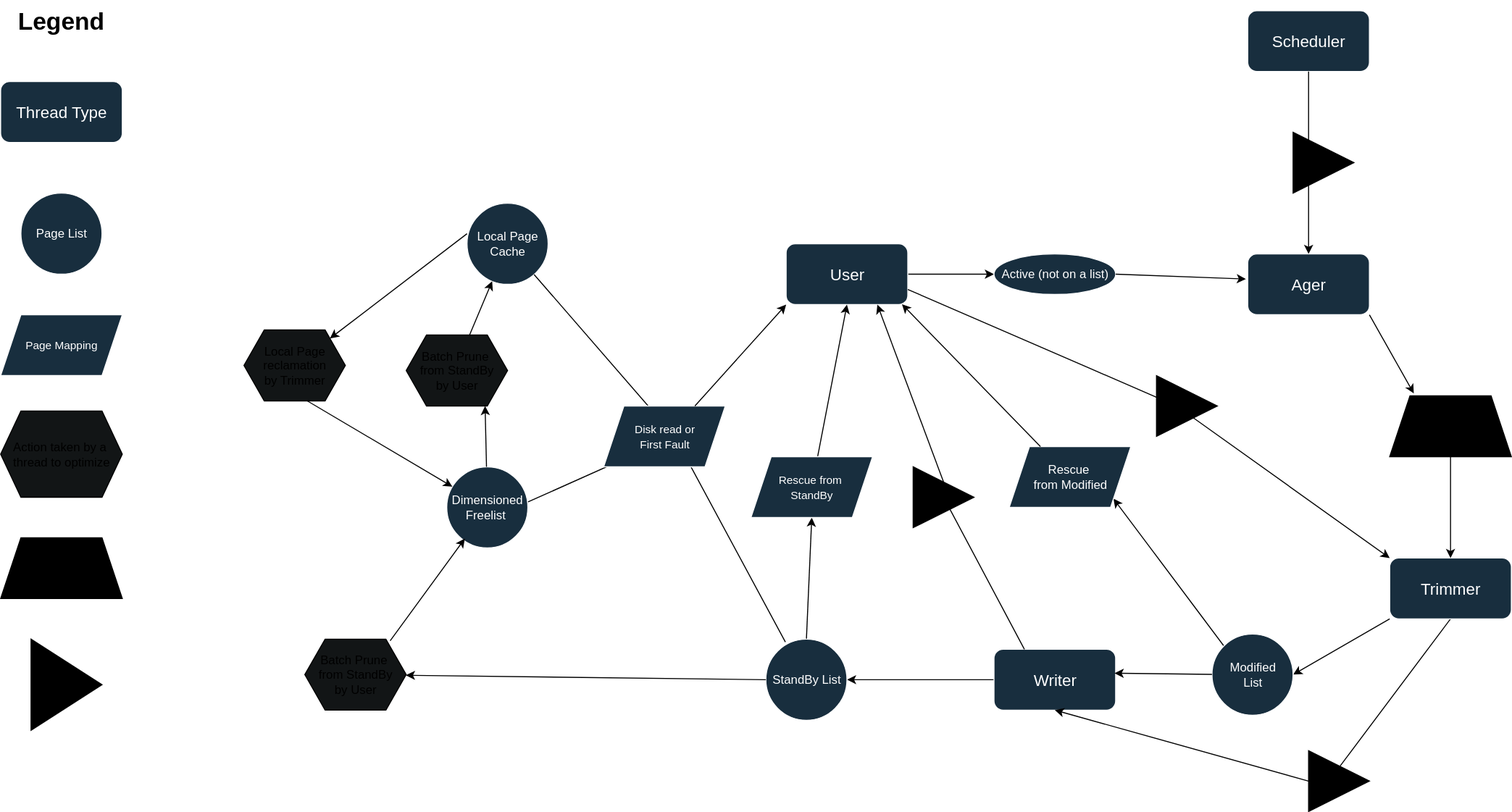
Before: images/figure2vector.svg, a diagram exported from draw.io (npersily3/vm). Source tidied: cells renumbered, new cells last; positions are measured from the earlier drawing's top-left corner, leaving out a move shared by most shapes. Its diagram source:
```xml
<mxGraphModel>
  <root>
    <mxCell id="0" />
    <mxCell id="1" parent="0" />
    <mxCell id="2" style="edgeStyle=orthogonalEdgeStyle;rounded=0;jettySize=auto;html=1;exitX=1;exitY=0.5;exitDx=0;exitDy=0;" parent="1" edge="1" source="3" target="9">
      <mxGeometry relative="1" as="geometry" />
    </mxCell>
    <mxCell id="3" value="&lt;font style=&quot;font-size: 16px;&quot;&gt;User&lt;/font&gt;" style="rounded=1;whiteSpace=wrap;html=1;labelBackgroundColor=none;fillColor=#182E3E;strokeColor=#FFFFFF;fontColor=#FFFFFF;" parent="1" vertex="1">
      <mxGeometry x="774.7" y="240" width="120" height="60" as="geometry" />
    </mxCell>
    <mxCell id="4" style="rounded=0;jettySize=auto;html=1;exitX=0;exitY=1;exitDx=0;exitDy=0;entryX=1;entryY=0.5;entryDx=0;entryDy=0;" parent="1" edge="1" source="6" target="11">
      <mxGeometry relative="1" as="geometry" />
    </mxCell>
    <mxCell id="5" style="rounded=0;jettySize=auto;html=1;exitX=0.5;exitY=1;exitDx=0;exitDy=0;" parent="1" edge="1" source="6">
      <mxGeometry relative="1" as="geometry">
        <mxPoint x="1310" y="770" as="targetPoint" />
      </mxGeometry>
    </mxCell>
    <mxCell id="6" value="&lt;font style=&quot;font-size: 16px;&quot;&gt;Trimmer&lt;/font&gt;" style="rounded=1;whiteSpace=wrap;html=1;labelBackgroundColor=none;fillColor=#182E3E;strokeColor=#FFFFFF;fontColor=#FFFFFF;" parent="1" vertex="1">
      <mxGeometry x="1370" y="550" width="120" height="60" as="geometry" />
    </mxCell>
    <mxCell id="7" style="edgeStyle=orthogonalEdgeStyle;rounded=0;jettySize=auto;html=1;exitX=0;exitY=0.5;exitDx=0;exitDy=0;entryX=1;entryY=0.5;entryDx=0;entryDy=0;" parent="1" edge="1" source="8" target="13">
      <mxGeometry relative="1" as="geometry" />
    </mxCell>
    <mxCell id="8" value="&lt;font style=&quot;font-size: 16px;&quot;&gt;Writer&lt;/font&gt;" style="rounded=1;whiteSpace=wrap;html=1;labelBackgroundColor=none;fillColor=#182E3E;strokeColor=#FFFFFF;fontColor=#FFFFFF;" parent="1" vertex="1">
      <mxGeometry x="979.7" y="640" width="120" height="60" as="geometry" />
    </mxCell>
    <mxCell id="9" value="Active (not on a list)" style="ellipse;whiteSpace=wrap;html=1;labelBackgroundColor=none;fillColor=#182E3E;strokeColor=#FFFFFF;fontColor=#FFFFFF;" parent="1" vertex="1">
      <mxGeometry x="979.7" y="250" width="120" height="40" as="geometry" />
    </mxCell>
    <mxCell id="10" style="rounded=0;jettySize=auto;html=1;exitX=0;exitY=0;exitDx=0;exitDy=0;entryX=1;entryY=1;entryDx=0;entryDy=0;" parent="1" edge="1" source="11" target="14">
      <mxGeometry relative="1" as="geometry" />
    </mxCell>
    <mxCell id="11" value="Modified&lt;div&gt;List&lt;/div&gt;" style="ellipse;whiteSpace=wrap;html=1;labelBackgroundColor=none;fillColor=#182E3E;strokeColor=#FFFFFF;fontColor=#FFFFFF;" parent="1" vertex="1">
      <mxGeometry x="1194.7" y="625" width="80" height="80" as="geometry" />
    </mxCell>
    <mxCell id="12" style="rounded=0;jettySize=auto;html=1;exitX=0.5;exitY=0;exitDx=0;exitDy=0;entryX=0.5;entryY=1;entryDx=0;entryDy=0;" parent="1" edge="1" source="13" target="17">
      <mxGeometry relative="1" as="geometry" />
    </mxCell>
    <mxCell id="13" value="StandBy List" style="ellipse;whiteSpace=wrap;html=1;labelBackgroundColor=none;fillColor=#182E3E;strokeColor=#FFFFFF;fontColor=#FFFFFF;" parent="1" vertex="1">
      <mxGeometry x="754.7" y="630" width="80" height="80" as="geometry" />
    </mxCell>
    <mxCell id="14" value="Rescue&amp;nbsp;&lt;div&gt;from Modified&lt;/div&gt;" style="shape=parallelogram;perimeter=parallelogramPerimeter;whiteSpace=wrap;html=1;fixedSize=1;strokeColor=#FFFFFF;fontColor=#FFFFFF;fillColor=#182E3E;labelBackgroundColor=none;" parent="1" vertex="1">
      <mxGeometry x="994.7" y="440" width="120" height="60" as="geometry" />
    </mxCell>
    <mxCell id="15" style="rounded=0;jettySize=auto;html=1;exitX=0;exitY=0;exitDx=0;exitDy=0;entryX=0.931;entryY=0.583;entryDx=0;entryDy=0;entryPerimeter=0;strokeColor=none;labelBackgroundColor=none;fontColor=default;" parent="1" edge="1" source="11" target="14">
      <mxGeometry relative="1" as="geometry" />
    </mxCell>
    <mxCell id="16" style="rounded=0;jettySize=auto;html=1;entryX=0.5;entryY=1;entryDx=0;entryDy=0;" parent="1" edge="1" source="17" target="3">
      <mxGeometry relative="1" as="geometry" />
    </mxCell>
    <mxCell id="17" value="&lt;span style=&quot;font-size: 11px; text-wrap-mode: nowrap;&quot;&gt;Rescue from&amp;nbsp;&lt;/span&gt;&lt;div&gt;&lt;span style=&quot;font-size: 11px; text-wrap-mode: nowrap;&quot;&gt;StandBy&lt;/span&gt;&lt;/div&gt;" style="shape=parallelogram;perimeter=parallelogramPerimeter;whiteSpace=wrap;html=1;fixedSize=1;strokeColor=#FFFFFF;fontColor=#FFFFFF;fillColor=#182E3E;labelBackgroundColor=none;" parent="1" vertex="1">
      <mxGeometry x="740" y="450" width="120" height="60" as="geometry" />
    </mxCell>
    <mxCell id="18" value="&lt;div&gt;Dimensioned&lt;/div&gt;Freelist&amp;nbsp;" style="ellipse;whiteSpace=wrap;html=1;strokeColor=#FFFFFF;fontColor=#FFFFFF;fillColor=#182E3E;labelBackgroundColor=none;" parent="1" vertex="1">
      <mxGeometry x="440" y="460" width="80" height="80" as="geometry" />
    </mxCell>
    <mxCell id="19" value="Local Page&lt;div&gt;Cache&lt;/div&gt;" style="ellipse;whiteSpace=wrap;html=1;strokeColor=#FFFFFF;fontColor=#FFFFFF;fillColor=#182E3E;labelBackgroundColor=none;" parent="1" vertex="1">
      <mxGeometry x="460" y="200" width="80" height="80" as="geometry" />
    </mxCell>
    <mxCell id="20" value="&lt;font style=&quot;font-size: 16px;&quot;&gt;Ager&lt;/font&gt;" style="rounded=1;whiteSpace=wrap;html=1;labelBackgroundColor=none;fillColor=#182E3E;strokeColor=#FFFFFF;fontColor=#FFFFFF;" parent="1" vertex="1">
      <mxGeometry x="1230" y="250" width="120" height="60" as="geometry" />
    </mxCell>
    <mxCell id="21" value="&lt;font style=&quot;font-size: 16px;&quot;&gt;Scheduler&lt;/font&gt;" style="rounded=1;whiteSpace=wrap;html=1;labelBackgroundColor=none;fillColor=#182E3E;strokeColor=#FFFFFF;fontColor=#FFFFFF;" parent="1" vertex="1">
      <mxGeometry x="1230" y="10" width="120" height="60" as="geometry" />
    </mxCell>
    <mxCell id="22" style="endArrow=classic;html=1;rounded=0;" parent="1" edge="1" source="19">
      <mxGeometry relative="1" as="geometry">
        <mxPoint x="664.7" y="430" as="targetPoint" />
      </mxGeometry>
    </mxCell>
    <mxCell id="23" style="endArrow=classic;html=1;rounded=0;exitX=1.002;exitY=0.433;exitDx=0;exitDy=0;exitPerimeter=0;" parent="1" edge="1" source="18">
      <mxGeometry relative="1" as="geometry">
        <mxPoint x="664.7" y="430" as="targetPoint" />
      </mxGeometry>
    </mxCell>
    <mxCell id="24" style="endArrow=classic;html=1;rounded=0;exitX=0.241;exitY=0.036;exitDx=0;exitDy=0;exitPerimeter=0;" parent="1" edge="1" source="13">
      <mxGeometry relative="1" as="geometry">
        <mxPoint x="664.7" y="430" as="targetPoint" />
      </mxGeometry>
    </mxCell>
    <mxCell id="25" value="&lt;span style=&quot;font-size: 11px; text-wrap-mode: nowrap;&quot;&gt;Disk read or&lt;/span&gt;&lt;div&gt;&lt;span style=&quot;font-size: 11px; text-wrap-mode: nowrap;&quot;&gt;First Fault&lt;/span&gt;&lt;/div&gt;" style="shape=parallelogram;perimeter=parallelogramPerimeter;whiteSpace=wrap;html=1;fixedSize=1;strokeColor=#FFFFFF;fontColor=#FFFFFF;fillColor=#182E3E;labelBackgroundColor=none;" parent="1" vertex="1">
      <mxGeometry x="594.7" y="400" width="120" height="60" as="geometry" />
    </mxCell>
    <mxCell id="26" style="endArrow=classic;html=1;rounded=0;exitX=0.75;exitY=0;exitDx=0;exitDy=0;entryX=0;entryY=1;entryDx=0;entryDy=0;" parent="1" edge="1" source="25" target="3">
      <mxGeometry relative="1" as="geometry" />
    </mxCell>
    <mxCell id="27" style="endArrow=classic;html=1;rounded=0;exitX=0;exitY=0.5;exitDx=0;exitDy=0;" parent="1" edge="1" source="13" target="28">
      <mxGeometry relative="1" as="geometry" />
    </mxCell>
    <mxCell id="28" value="Batch Prune&amp;nbsp;&lt;div&gt;from StandBy&lt;/div&gt;&lt;div&gt;by User&lt;/div&gt;" style="shape=hexagon;perimeter=hexagonPerimeter2;whiteSpace=wrap;html=1;fixedSize=1;fillStyle=solid;fillColor=light-dark(#121516, #182e3e);" parent="1" vertex="1">
      <mxGeometry x="300" y="630" width="100" height="70" as="geometry" />
    </mxCell>
    <mxCell id="29" style="endArrow=classic;html=1;rounded=0;exitX=0.842;exitY=0.023;exitDx=0;exitDy=0;exitPerimeter=0;entryX=0.223;entryY=0.885;entryDx=0;entryDy=0;entryPerimeter=0;" parent="1" edge="1" source="28" target="18">
      <mxGeometry relative="1" as="geometry" />
    </mxCell>
    <mxCell id="30" style="endArrow=classic;html=1;rounded=0;entryX=0.778;entryY=1;entryDx=0;entryDy=0;entryPerimeter=0;" parent="1" edge="1" source="18" target="31">
      <mxGeometry relative="1" as="geometry" />
    </mxCell>
    <mxCell id="31" value="Batch Prune&amp;nbsp;&lt;div&gt;from StandBy&lt;/div&gt;&lt;div&gt;by User&lt;/div&gt;" style="shape=hexagon;perimeter=hexagonPerimeter2;whiteSpace=wrap;html=1;fixedSize=1;fillStyle=solid;fillColor=light-dark(#121516, #182e3e);" parent="1" vertex="1">
      <mxGeometry x="400" y="330" width="100" height="70" as="geometry" />
    </mxCell>
    <mxCell id="32" style="endArrow=classic;html=1;rounded=0;exitX=0.625;exitY=0;exitDx=0;exitDy=0;" parent="1" edge="1" source="31" target="19">
      <mxGeometry relative="1" as="geometry" />
    </mxCell>
    <mxCell id="33" value="Local Page&lt;div&gt;reclamation&lt;/div&gt;&lt;div&gt;by Trimmer&lt;/div&gt;" style="shape=hexagon;perimeter=hexagonPerimeter2;whiteSpace=wrap;html=1;fixedSize=1;fillStyle=solid;fillColor=light-dark(#121516, #182e3e);" parent="1" vertex="1">
      <mxGeometry x="240" y="325" width="100" height="70" as="geometry" />
    </mxCell>
    <mxCell id="34" style="endArrow=classic;html=1;rounded=0;exitX=0;exitY=0.375;exitDx=0;exitDy=0;exitPerimeter=0;" parent="1" edge="1" source="19" target="33">
      <mxGeometry relative="1" as="geometry" />
    </mxCell>
    <mxCell id="35" style="endArrow=classic;html=1;rounded=0;exitX=0.625;exitY=1;exitDx=0;exitDy=0;" parent="1" edge="1" source="33" target="18">
      <mxGeometry relative="1" as="geometry" />
    </mxCell>
    <mxCell id="36" style="edgeStyle=orthogonalEdgeStyle;rounded=0;jettySize=auto;html=1;exitX=0.5;exitY=1;exitDx=0;exitDy=0;entryX=0.5;entryY=0;entryDx=0;entryDy=0;" parent="1" edge="1" source="37" target="6">
      <mxGeometry relative="1" as="geometry" />
    </mxCell>
    <mxCell id="37" value="Region Age-Lists" style="shape=trapezoid;perimeter=trapezoidPerimeter;whiteSpace=wrap;html=1;fixedSize=1;fillColor=light-dark(#000000,#182E3E);fillStyle=solid;" parent="1" vertex="1">
      <mxGeometry x="1370" y="390" width="120" height="60" as="geometry" />
    </mxCell>
    <mxCell id="38" style="endArrow=classic;html=1;rounded=0;exitX=1;exitY=0.5;exitDx=0;exitDy=0;entryX=-0.015;entryY=0.413;entryDx=0;entryDy=0;entryPerimeter=0;" parent="1" edge="1" source="9" target="20">
      <mxGeometry relative="1" as="geometry" />
    </mxCell>
    <mxCell id="39" style="rounded=0;jettySize=auto;html=1;exitX=1;exitY=1;exitDx=0;exitDy=0;entryX=0.198;entryY=-0.04;entryDx=0;entryDy=0;entryPerimeter=0;" parent="1" edge="1" source="20" target="37">
      <mxGeometry relative="1" as="geometry" />
    </mxCell>
    <mxCell id="40" style="rounded=0;jettySize=auto;html=1;entryX=0.991;entryY=0.393;entryDx=0;entryDy=0;entryPerimeter=0;" parent="1" edge="1" source="11" target="8">
      <mxGeometry relative="1" as="geometry" />
    </mxCell>
    <mxCell id="41" style="endArrow=classic;html=1;rounded=0;entryX=0.952;entryY=0.993;entryDx=0;entryDy=0;entryPerimeter=0;" parent="1" edge="1" source="14" target="3">
      <mxGeometry relative="1" as="geometry" />
    </mxCell>
    <mxCell id="42" value="&lt;font style=&quot;font-size: 16px;&quot;&gt;Thread Type&lt;/font&gt;" style="rounded=1;whiteSpace=wrap;html=1;labelBackgroundColor=none;fillColor=#182E3E;strokeColor=#FFFFFF;fontColor=#FFFFFF;" parent="1" vertex="1">
      <mxGeometry y="80" width="120" height="60" as="geometry" />
    </mxCell>
    <mxCell id="43" value="Page List" style="ellipse;whiteSpace=wrap;html=1;labelBackgroundColor=none;fillColor=#182E3E;strokeColor=#FFFFFF;fontColor=#FFFFFF;" parent="1" vertex="1">
      <mxGeometry x="20" y="190" width="80" height="80" as="geometry" />
    </mxCell>
    <mxCell id="44" value="&lt;span style=&quot;font-size: 11px; text-wrap-mode: nowrap;&quot;&gt;Page Mapping&lt;/span&gt;" style="shape=parallelogram;perimeter=parallelogramPerimeter;whiteSpace=wrap;html=1;fixedSize=1;strokeColor=#FFFFFF;fontColor=#FFFFFF;fillColor=#182E3E;labelBackgroundColor=none;" parent="1" vertex="1">
      <mxGeometry y="310" width="120" height="60" as="geometry" />
    </mxCell>
    <mxCell id="45" value="Action taken by a&amp;nbsp;&lt;div&gt;thread to optimize&lt;/div&gt;" style="shape=hexagon;perimeter=hexagonPerimeter2;whiteSpace=wrap;html=1;fixedSize=1;fillStyle=solid;fillColor=light-dark(#121516, #182e3e);" parent="1" vertex="1">
      <mxGeometry y="405" width="120" height="85" as="geometry" />
    </mxCell>
    <mxCell id="46" value="PTE_Region List" style="shape=trapezoid;perimeter=trapezoidPerimeter;whiteSpace=wrap;html=1;fixedSize=1;fillColor=light-dark(#000000,#182E3E);fillStyle=solid;" parent="1" vertex="1">
      <mxGeometry y="530" width="120" height="60" as="geometry" />
    </mxCell>
    <mxCell id="47" style="edgeStyle=orthogonalEdgeStyle;rounded=0;jettySize=auto;html=1;exitX=0.5;exitY=1;exitDx=0;exitDy=0;entryX=0.5;entryY=0;entryDx=0;entryDy=0;" parent="1" edge="1" source="21" target="20">
      <mxGeometry relative="1" as="geometry" />
    </mxCell>
    <mxCell id="48" style="triangle;whiteSpace=wrap;html=1;fillColor=light-dark(#000000,#182E3E);fillStyle=solid;" parent="1" vertex="1">
      <mxGeometry x="1274.7" y="130" width="60" height="60" as="geometry" />
    </mxCell>
    <mxCell id="49" style="rounded=0;jettySize=auto;html=1;exitX=1;exitY=0.75;exitDx=0;exitDy=0;entryX=0;entryY=0;entryDx=0;entryDy=0;" parent="1" edge="1" source="3" target="6">
      <mxGeometry relative="1" as="geometry">
        <Array as="points">
          <mxPoint x="1160" y="400" />
        </Array>
      </mxGeometry>
    </mxCell>
    <mxCell id="50" style="triangle;whiteSpace=wrap;html=1;fillColor=light-dark(#000000,#182E3E);fillStyle=solid;" parent="1" vertex="1">
      <mxGeometry x="1140" y="370" width="60" height="60" as="geometry" />
    </mxCell>
    <mxCell id="51" style="rounded=0;jettySize=auto;html=1;exitX=0;exitY=0.5;exitDx=0;exitDy=0;entryX=0.5;entryY=1;entryDx=0;entryDy=0;" parent="1" edge="1" source="52" target="8">
      <mxGeometry relative="1" as="geometry" />
    </mxCell>
    <mxCell id="52" style="triangle;whiteSpace=wrap;html=1;fillColor=light-dark(#000000,#182E3E);fillStyle=solid;" parent="1" vertex="1">
      <mxGeometry x="1290" y="740" width="60" height="60" as="geometry" />
    </mxCell>
    <mxCell id="53" value="Wakeup&lt;div&gt;Event&lt;/div&gt;" style="triangle;whiteSpace=wrap;html=1;fillColor=light-dark(#000000,#182E3E);fillStyle=solid;align=left;" parent="1" vertex="1">
      <mxGeometry x="30" y="630" width="70" height="90" as="geometry" />
    </mxCell>
    <mxCell id="54" style="endArrow=classic;html=1;rounded=0;exitX=0.25;exitY=0;exitDx=0;exitDy=0;" parent="1" edge="1" source="8">
      <mxGeometry relative="1" as="geometry">
        <mxPoint x="930" y="490" as="targetPoint" />
      </mxGeometry>
    </mxCell>
    <mxCell id="55" style="triangle;whiteSpace=wrap;html=1;fillColor=light-dark(#000000,#182E3E);fillStyle=solid;" parent="1" vertex="1">
      <mxGeometry x="900" y="460" width="60" height="60" as="geometry" />
    </mxCell>
    <mxCell id="56" style="endArrow=classic;html=1;rounded=0;exitX=0.5;exitY=0;exitDx=0;exitDy=0;entryX=0.75;entryY=1;entryDx=0;entryDy=0;" parent="1" edge="1" source="55" target="3">
      <mxGeometry relative="1" as="geometry" />
    </mxCell>
    <mxCell id="57" value="&lt;h1 style=&quot;margin-top: 0px;&quot;&gt;Legend&lt;/h1&gt;" style="text;html=1;whiteSpace=wrap;overflow=hidden;rounded=0;" parent="1" vertex="1">
      <mxGeometry x="15" width="100" height="40" as="geometry" />
    </mxCell>
  </root>
</mxGraphModel>
```
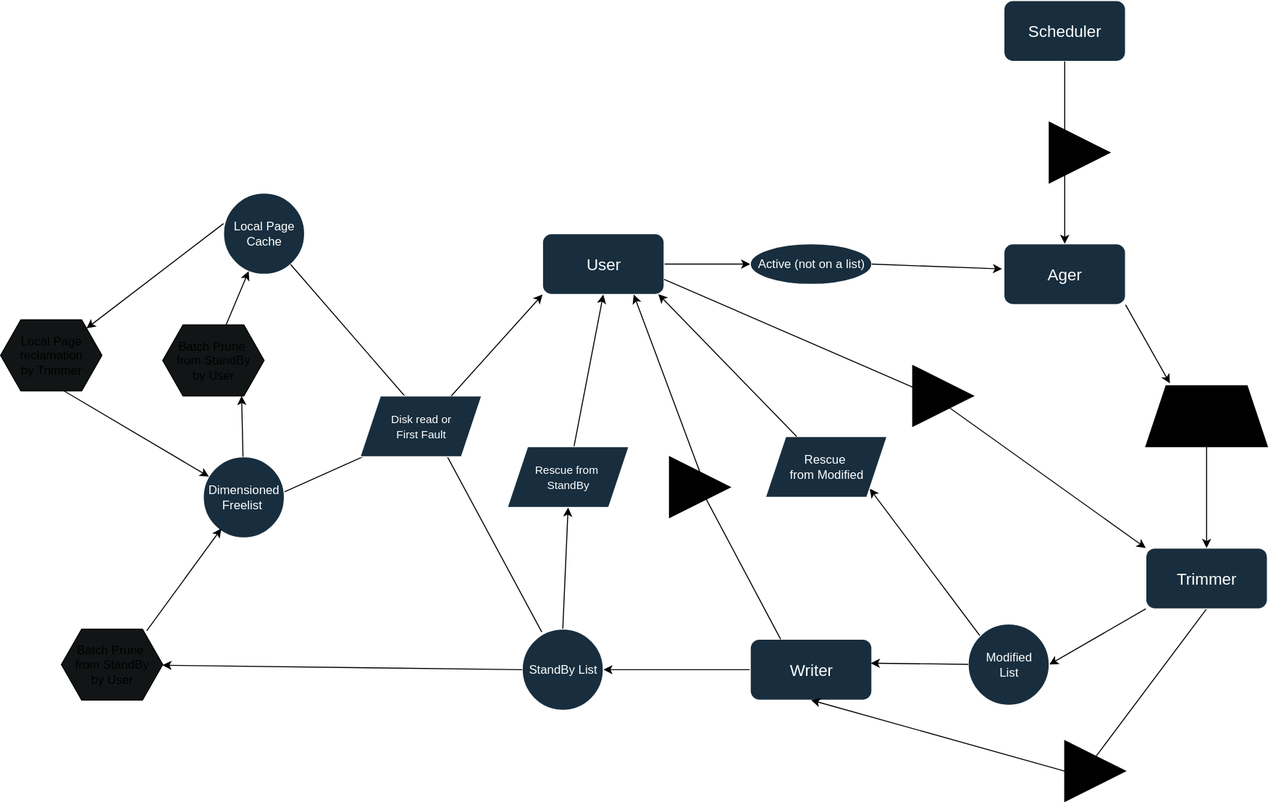
After the change.

The edit, as a diff of the source:
```diff
@@ -130,21 +130,6 @@
     <mxCell id="41" style="endArrow=classic;html=1;rounded=0;entryX=0.952;entryY=0.993;entryDx=0;entryDy=0;entryPerimeter=0;" parent="1" edge="1" source="14" target="3">
       <mxGeometry relative="1" as="geometry" />
     </mxCell>
-    <mxCell id="42" value="&lt;font style=&quot;font-size: 16px;&quot;&gt;Thread Type&lt;/font&gt;" style="rounded=1;whiteSpace=wrap;html=1;labelBackgroundColor=none;fillColor=#182E3E;strokeColor=#FFFFFF;fontColor=#FFFFFF;" parent="1" vertex="1">
-      <mxGeometry y="80" width="120" height="60" as="geometry" />
-    </mxCell>
-    <mxCell id="43" value="Page List" style="ellipse;whiteSpace=wrap;html=1;labelBackgroundColor=none;fillColor=#182E3E;strokeColor=#FFFFFF;fontColor=#FFFFFF;" parent="1" vertex="1">
-      <mxGeometry x="20" y="190" width="80" height="80" as="geometry" />
-    </mxCell>
-    <mxCell id="44" value="&lt;span style=&quot;font-size: 11px; text-wrap-mode: nowrap;&quot;&gt;Page Mapping&lt;/span&gt;" style="shape=parallelogram;perimeter=parallelogramPerimeter;whiteSpace=wrap;html=1;fixedSize=1;strokeColor=#FFFFFF;fontColor=#FFFFFF;fillColor=#182E3E;labelBackgroundColor=none;" parent="1" vertex="1">
-      <mxGeometry y="310" width="120" height="60" as="geometry" />
-    </mxCell>
-    <mxCell id="45" value="Action taken by a&amp;nbsp;&lt;div&gt;thread to optimize&lt;/div&gt;" style="shape=hexagon;perimeter=hexagonPerimeter2;whiteSpace=wrap;html=1;fixedSize=1;fillStyle=solid;fillColor=light-dark(#121516, #182e3e);" parent="1" vertex="1">
-      <mxGeometry y="405" width="120" height="85" as="geometry" />
-    </mxCell>
-    <mxCell id="46" value="PTE_Region List" style="shape=trapezoid;perimeter=trapezoidPerimeter;whiteSpace=wrap;html=1;fixedSize=1;fillColor=light-dark(#000000,#182E3E);fillStyle=solid;" parent="1" vertex="1">
-      <mxGeometry y="530" width="120" height="60" as="geometry" />
-    </mxCell>
     <mxCell id="47" style="edgeStyle=orthogonalEdgeStyle;rounded=0;jettySize=auto;html=1;exitX=0.5;exitY=1;exitDx=0;exitDy=0;entryX=0.5;entryY=0;entryDx=0;entryDy=0;" parent="1" edge="1" source="21" target="20">
       <mxGeometry relative="1" as="geometry" />
     </mxCell>
@@ -167,9 +152,6 @@
     <mxCell id="52" style="triangle;whiteSpace=wrap;html=1;fillColor=light-dark(#000000,#182E3E);fillStyle=solid;" parent="1" vertex="1">
       <mxGeometry x="1290" y="740" width="60" height="60" as="geometry" />
     </mxCell>
-    <mxCell id="53" value="Wakeup&lt;div&gt;Event&lt;/div&gt;" style="triangle;whiteSpace=wrap;html=1;fillColor=light-dark(#000000,#182E3E);fillStyle=solid;align=left;" parent="1" vertex="1">
-      <mxGeometry x="30" y="630" width="70" height="90" as="geometry" />
-    </mxCell>
     <mxCell id="54" style="endArrow=classic;html=1;rounded=0;exitX=0.25;exitY=0;exitDx=0;exitDy=0;" parent="1" edge="1" source="8">
       <mxGeometry relative="1" as="geometry">
         <mxPoint x="930" y="490" as="targetPoint" />
@@ -181,8 +163,5 @@
     <mxCell id="56" style="endArrow=classic;html=1;rounded=0;exitX=0.5;exitY=0;exitDx=0;exitDy=0;entryX=0.75;entryY=1;entryDx=0;entryDy=0;" parent="1" edge="1" source="55" target="3">
       <mxGeometry relative="1" as="geometry" />
     </mxCell>
-    <mxCell id="57" value="&lt;h1 style=&quot;margin-top: 0px;&quot;&gt;Legend&lt;/h1&gt;" style="text;html=1;whiteSpace=wrap;overflow=hidden;rounded=0;" parent="1" vertex="1">
-      <mxGeometry x="15" width="100" height="40" as="geometry" />
-    </mxCell>
   </root>
 </mxGraphModel>
```
